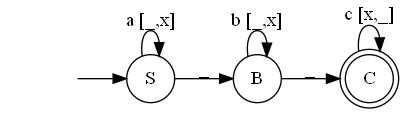
Before: Automate Picture/AutomataPicture.dot.png, a diagram exported from Graphviz (arjen0203/AutomataReader). Its source is kept beside it as Automate Picture/AutomataPicture.dot.
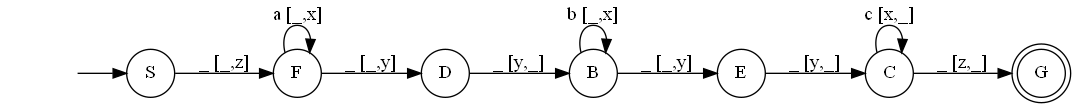
Later version of the same file.

The edit, as a diff of the source:
```diff
@@ -3,12 +3,20 @@
 "" [shape=none]
 "S" [shape=circle]
 "B" [shape=circle]
-"C" [shape=doublecircle]
+"C" [shape=circle]
+"D" [shape=circle]
+"E" [shape=circle]
+"F" [shape=circle]
+"G" [shape=doublecircle]
 
 "" -> "S"
-"S" -> "S" [label="a [_,x]"]
-"S" -> "B" [label="_"]
+"S" -> "F" [label="_ [_,z]"]
 "B" -> "B" [label="b [_,x]"]
-"B" -> "C" [label="_"]
+"B" -> "E" [label="_ [_,y]"]
 "C" -> "C" [label="c [x,_]"]
+"C" -> "G" [label="_ [z,_]"]
+"D" -> "B" [label="_ [y,_]"]
+"E" -> "C" [label="_ [y,_]"]
+"F" -> "F" [label="a [_,x]"]
+"F" -> "D" [label="_ [_,y]"]
 }
```
